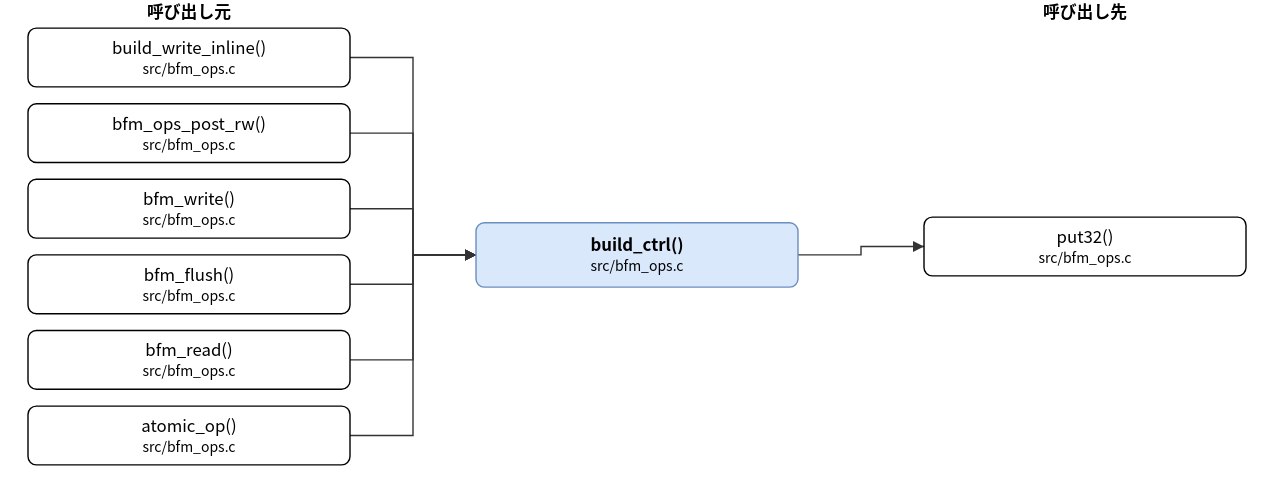
Before: doc/spec/images/call_src_bfm_ops-build_ctrl.drawio.svg, a diagram exported from draw.io (hf355051012-ai/bfmem). Source tidied: cells renumbered, new cells last; positions are measured from the earlier drawing's top-left corner, leaving out a move shared by most shapes.
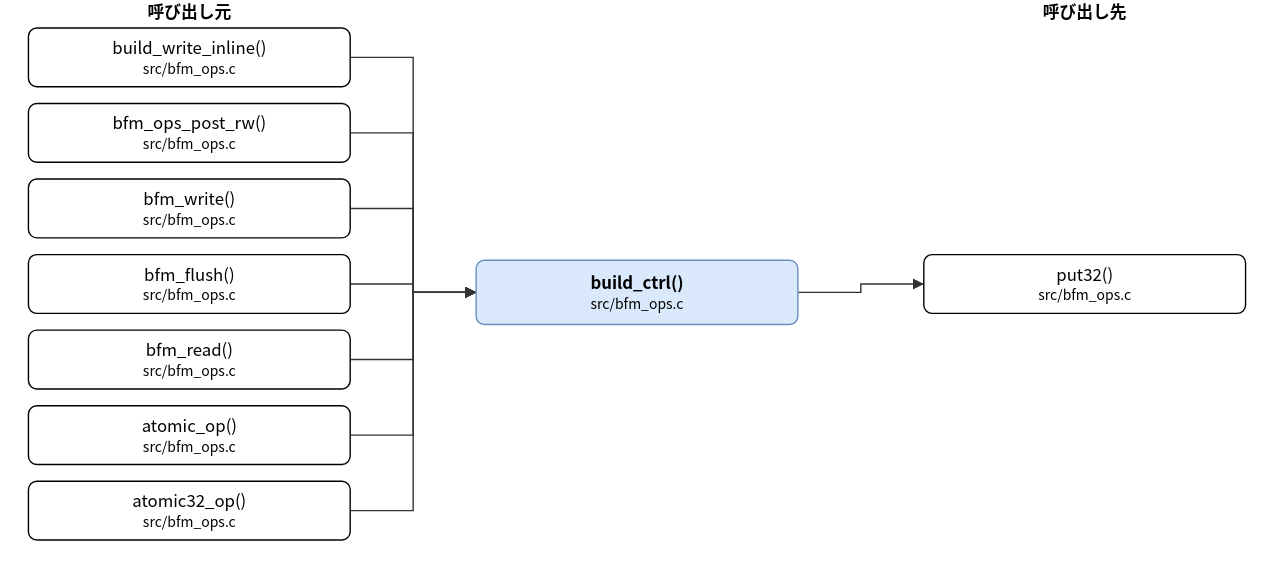
Above is the later version.

What changed in the source:
```diff
@@ -3,7 +3,7 @@
     <mxCell id="0" />
     <mxCell id="1" parent="0" />
     <mxCell id="2" value="build_ctrl()&lt;br&gt;&lt;font style=&quot;font-size:10px&quot;&gt;src/bfm_ops.c&lt;/font&gt;" style="rounded=1;whiteSpace=wrap;html=1;fillColor=#dae8fc;strokeColor=#6c8ebf;fontStyle=1;" parent="1" vertex="1">
-      <mxGeometry x="320" y="159" width="230" height="46" as="geometry" />
+      <mxGeometry x="320" y="186" width="230" height="46" as="geometry" />
     </mxCell>
     <mxCell id="3" value="build_write_inline()&lt;br&gt;&lt;font style=&quot;font-size:10px&quot;&gt;src/bfm_ops.c&lt;/font&gt;" style="rounded=1;whiteSpace=wrap;html=1;" parent="1" vertex="1">
       <mxGeometry y="20" width="230" height="42" as="geometry" />
@@ -23,14 +23,17 @@
     <mxCell id="8" value="atomic_op()&lt;br&gt;&lt;font style=&quot;font-size:10px&quot;&gt;src/bfm_ops.c&lt;/font&gt;" style="rounded=1;whiteSpace=wrap;html=1;" parent="1" vertex="1">
       <mxGeometry y="290" width="230" height="42" as="geometry" />
     </mxCell>
+    <mxCell id="19" value="atomic32_op()&lt;br&gt;&lt;font style=&quot;font-size:10px&quot;&gt;src/bfm_ops.c&lt;/font&gt;" style="rounded=1;whiteSpace=wrap;html=1;" parent="1" vertex="1">
+      <mxGeometry y="344" width="230" height="42" as="geometry" />
+    </mxCell>
     <mxCell id="9" value="put32()&lt;br&gt;&lt;font style=&quot;font-size:10px&quot;&gt;src/bfm_ops.c&lt;/font&gt;" style="rounded=1;whiteSpace=wrap;html=1;" parent="1" vertex="1">
-      <mxGeometry x="640" y="155" width="230" height="42" as="geometry" />
+      <mxGeometry x="640" y="182" width="230" height="42" as="geometry" />
     </mxCell>
     <mxCell id="10" style="edgeStyle=none;html=1;rounded=0;endArrow=block;endFill=1;exitX=1.0000;exitY=0.5000;exitDx=0;exitDy=0;exitPerimeter=0;entryX=0.0000;entryY=0.5000;entryDx=0;entryDy=0;entryPerimeter=0;" parent="1" edge="1" source="3" target="2">
       <mxGeometry relative="1" as="geometry">
         <Array as="points">
           <mxPoint x="275" y="41" />
-          <mxPoint x="275" y="182" />
+          <mxPoint x="275" y="209" />
         </Array>
       </mxGeometry>
     </mxCell>
@@ -38,7 +41,7 @@
       <mxGeometry relative="1" as="geometry">
         <Array as="points">
           <mxPoint x="275" y="95" />
-          <mxPoint x="275" y="182" />
+          <mxPoint x="275" y="209" />
         </Array>
       </mxGeometry>
     </mxCell>
@@ -46,7 +49,7 @@
       <mxGeometry relative="1" as="geometry">
         <Array as="points">
           <mxPoint x="275" y="149" />
-          <mxPoint x="275" y="182" />
+          <mxPoint x="275" y="209" />
         </Array>
       </mxGeometry>
     </mxCell>
@@ -54,7 +57,7 @@
       <mxGeometry relative="1" as="geometry">
         <Array as="points">
           <mxPoint x="275" y="203" />
-          <mxPoint x="275" y="182" />
+          <mxPoint x="275" y="209" />
         </Array>
       </mxGeometry>
     </mxCell>
@@ -62,7 +65,7 @@
       <mxGeometry relative="1" as="geometry">
         <Array as="points">
           <mxPoint x="275" y="257" />
-          <mxPoint x="275" y="182" />
+          <mxPoint x="275" y="209" />
         </Array>
       </mxGeometry>
     </mxCell>
@@ -70,18 +73,26 @@
       <mxGeometry relative="1" as="geometry">
         <Array as="points">
           <mxPoint x="275" y="311" />
-          <mxPoint x="275" y="182" />
+          <mxPoint x="275" y="209" />
         </Array>
       </mxGeometry>
     </mxCell>
-    <mxCell id="16" style="edgeStyle=none;html=1;rounded=0;endArrow=block;endFill=1;exitX=1.0000;exitY=0.5000;exitDx=0;exitDy=0;exitPerimeter=0;entryX=0.0000;entryY=0.5000;entryDx=0;entryDy=0;entryPerimeter=0;" parent="1" edge="1" source="2" target="9">
+    <mxCell id="16" style="edgeStyle=none;html=1;rounded=0;endArrow=block;endFill=1;exitX=1.0000;exitY=0.5000;exitDx=0;exitDy=0;exitPerimeter=0;entryX=0.0000;entryY=0.5000;entryDx=0;entryDy=0;entryPerimeter=0;" parent="1" edge="1" source="19" target="2">
       <mxGeometry relative="1" as="geometry">
         <Array as="points">
-          <mxPoint x="595" y="182" />
-          <mxPoint x="595" y="176" />
+          <mxPoint x="275" y="365" />
+          <mxPoint x="275" y="209" />
         </Array>
       </mxGeometry>
     </mxCell>
+    <mxCell id="20" style="edgeStyle=none;html=1;rounded=0;endArrow=block;endFill=1;exitX=1.0000;exitY=0.5000;exitDx=0;exitDy=0;exitPerimeter=0;entryX=0.0000;entryY=0.5000;entryDx=0;entryDy=0;entryPerimeter=0;" parent="1" edge="1" source="2" target="9">
+      <mxGeometry relative="1" as="geometry">
+        <Array as="points">
+          <mxPoint x="595" y="209" />
+          <mxPoint x="595" y="203" />
+        </Array>
+      </mxGeometry>
+    </mxCell>
     <mxCell id="17" value="呼び出し元" style="text;html=1;align=center;fontStyle=1;" parent="1" vertex="1">
       <mxGeometry x="35" width="160" height="18" as="geometry" />
     </mxCell>
```
